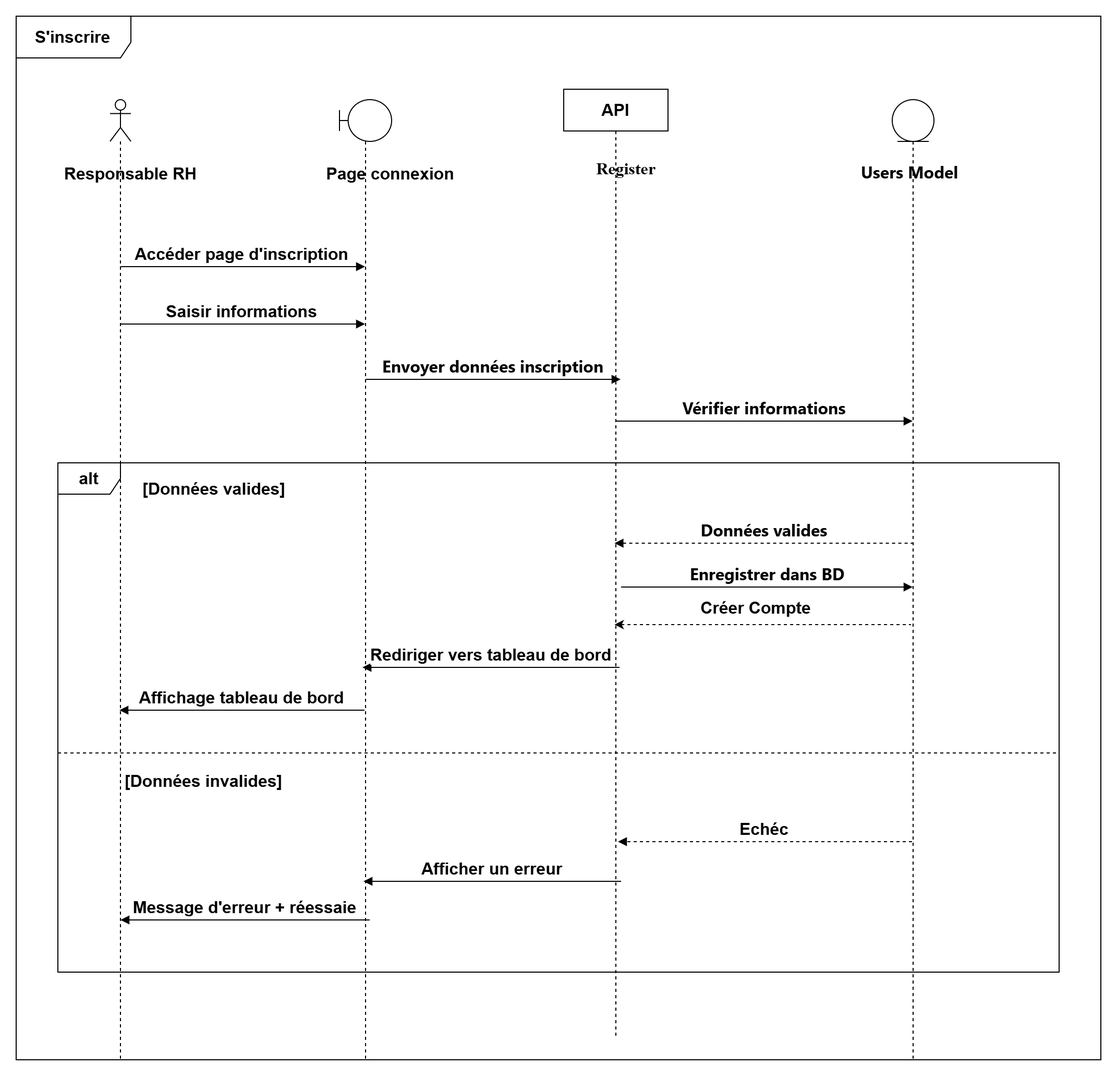
This is projet/images/digf/ss1/sinscrire.drawio.png from louu7895/pfe, a draw.io export, as it was before one commit. Source tidied: cells renumbered, new cells last; positions are measured from the earlier drawing's top-left corner, leaving out a move shared by most shapes.
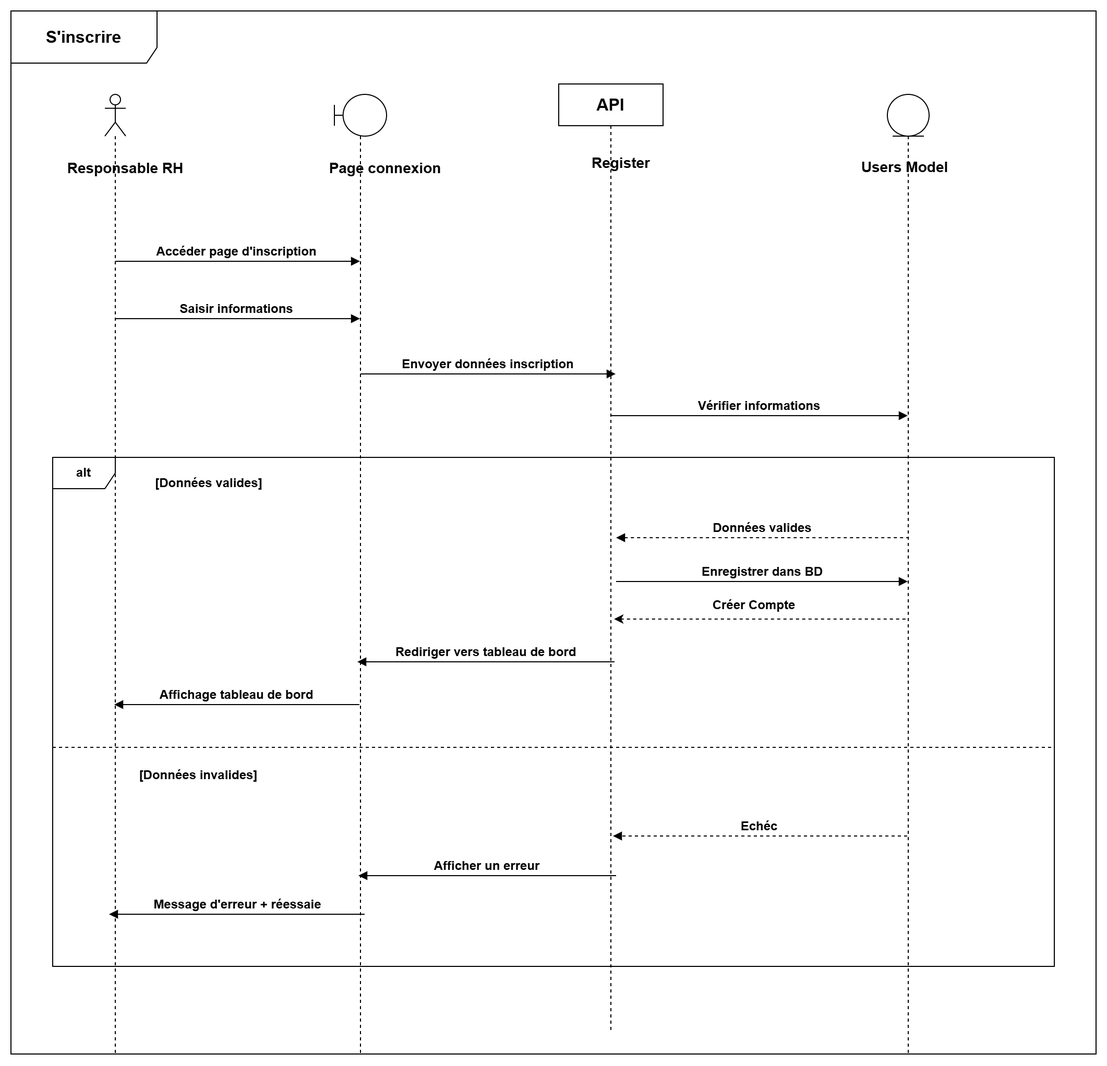
After the change.

Diff of the diagram source:
```diff
@@ -2,113 +2,115 @@
   <root>
     <mxCell id="0" />
     <mxCell id="1" parent="0" />
-    <mxCell id="2" value="S'inscrire" style="shape=umlFrame;whiteSpace=wrap;html=1;width=110;height=40;fontSize=16;fontStyle=1;" parent="1" vertex="1">
+    <mxCell id="2" value="S'inscrire" style="shape=umlFrame;whiteSpace=wrap;html=1;width=140;height=50;fontSize=16;fontStyle=1;fontFamily=Helvetica;" parent="1" vertex="1">
       <mxGeometry width="1040" height="1000" as="geometry" />
     </mxCell>
-    <mxCell id="3" style="shape=umlLifeline;perimeter=lifelinePerimeter;whiteSpace=wrap;html=1;newEdgeStyle={&quot;curved&quot;:0,&quot;rounded&quot;:0};participant=umlActor;fontSize=16;fontStyle=1;" parent="1" vertex="1">
+    <mxCell id="3" style="shape=umlLifeline;perimeter=lifelinePerimeter;whiteSpace=wrap;html=1;newEdgeStyle={&quot;curved&quot;:0,&quot;rounded&quot;:0};participant=umlActor;fontSize=16;fontStyle=1;fontFamily=Helvetica;" parent="1" vertex="1">
       <mxGeometry x="90" y="80" width="20" height="920" as="geometry" />
     </mxCell>
-    <mxCell id="4" style="shape=umlLifeline;perimeter=lifelinePerimeter;whiteSpace=wrap;html=1;outlineConnect=0;portConstraint=eastwest;newEdgeStyle={&quot;curved&quot;:0,&quot;rounded&quot;:0};participant=umlBoundary;fontSize=16;fontStyle=1;" parent="1" vertex="1">
+    <mxCell id="4" style="shape=umlLifeline;perimeter=lifelinePerimeter;whiteSpace=wrap;html=1;outlineConnect=0;portConstraint=eastwest;newEdgeStyle={&quot;curved&quot;:0,&quot;rounded&quot;:0};participant=umlBoundary;fontSize=16;fontStyle=1;fontFamily=Helvetica;" parent="1" vertex="1">
       <mxGeometry x="310" y="80" width="50" height="920" as="geometry" />
     </mxCell>
-    <mxCell id="5" style="shape=umlLifeline;perimeter=lifelinePerimeter;whiteSpace=wrap;html=1;newEdgeStyle={&quot;curved&quot;:0,&quot;rounded&quot;:0};participant=umlEntity;fontSize=16;fontStyle=1;" parent="1" vertex="1">
+    <mxCell id="5" style="shape=umlLifeline;perimeter=lifelinePerimeter;whiteSpace=wrap;html=1;newEdgeStyle={&quot;curved&quot;:0,&quot;rounded&quot;:0};participant=umlEntity;fontSize=16;fontStyle=1;fontFamily=Helvetica;" parent="1" vertex="1">
       <mxGeometry x="840" y="80" width="40" height="920" as="geometry" />
     </mxCell>
-    <mxCell id="6" value="&lt;span&gt;Accéder page d'inscription&lt;/span&gt;" style="html=1;verticalAlign=bottom;endArrow=block;curved=0;rounded=0;fontSize=16;fontStyle=1;" parent="1" edge="1" target="4">
+    <mxCell id="6" value="&lt;span&gt;Accéder page d'inscription&lt;/span&gt;" style="html=1;verticalAlign=bottom;endArrow=block;curved=0;rounded=0;fontSize=12;fontStyle=1;fontFamily=Helvetica;" parent="1" edge="1" target="4">
       <mxGeometry relative="1" as="geometry">
         <mxPoint x="100" y="240" as="sourcePoint" />
       </mxGeometry>
     </mxCell>
-    <mxCell id="7" value="Saisir informations" style="html=1;verticalAlign=bottom;endArrow=block;curved=0;rounded=0;fontSize=16;fontStyle=1;" parent="1" edge="1">
+    <mxCell id="7" value="Saisir informations" style="html=1;verticalAlign=bottom;endArrow=block;curved=0;rounded=0;fontSize=12;fontStyle=1;fontFamily=Helvetica;" parent="1" edge="1">
       <mxGeometry relative="1" as="geometry">
         <mxPoint x="100" y="295" as="sourcePoint" />
         <mxPoint x="334.5" y="295" as="targetPoint" />
       </mxGeometry>
     </mxCell>
-    <mxCell id="8" value="&lt;span style=&quot;font-family: &amp;quot;Anthropic Sans&amp;quot;, -apple-system, BlinkMacSystemFont, &amp;quot;Segoe UI&amp;quot;, sans-serif; text-align: start;&quot;&gt;Envoyer données inscription&lt;/span&gt;" style="html=1;verticalAlign=bottom;endArrow=block;curved=0;rounded=0;fontSize=16;fontStyle=1;" parent="1" edge="1">
+    <mxCell id="8" value="&lt;span style=&quot;text-align: start;&quot;&gt;Envoyer données inscription&lt;/span&gt;" style="html=1;verticalAlign=bottom;endArrow=block;curved=0;rounded=0;fontSize=12;fontStyle=1;fontFamily=Helvetica;" parent="1" edge="1">
       <mxGeometry relative="1" as="geometry">
         <mxPoint x="335" y="348" as="sourcePoint" />
         <mxPoint x="579.5" y="348" as="targetPoint" />
       </mxGeometry>
     </mxCell>
-    <mxCell id="9" value="&lt;span style=&quot;font-family: &amp;quot;Anthropic Sans&amp;quot;, -apple-system, BlinkMacSystemFont, &amp;quot;Segoe UI&amp;quot;, sans-serif; text-align: start;&quot;&gt;Vérifier informations&lt;/span&gt;" style="html=1;verticalAlign=bottom;endArrow=block;curved=0;rounded=0;fontSize=16;fontStyle=1;" parent="1" edge="1">
+    <mxCell id="9" value="&lt;span style=&quot;text-align: start;&quot;&gt;Vérifier informations&lt;/span&gt;" style="html=1;verticalAlign=bottom;endArrow=block;curved=0;rounded=0;fontSize=12;fontStyle=1;fontFamily=Helvetica;" parent="1" edge="1">
       <mxGeometry relative="1" as="geometry">
         <mxPoint x="575" y="388" as="sourcePoint" />
         <mxPoint x="859.5" y="388" as="targetPoint" />
       </mxGeometry>
     </mxCell>
-    <mxCell id="10" value="Créer Compte" style="html=1;verticalAlign=bottom;endArrow=none;curved=0;rounded=0;endFill=0;startArrow=classic;startFill=1;dashed=1;fontSize=16;fontStyle=1;" parent="1" edge="1" source="26">
+    <mxCell id="10" value="Créer Compte" style="html=1;verticalAlign=bottom;endArrow=none;curved=0;rounded=0;endFill=0;startArrow=classic;startFill=1;dashed=1;fontSize=12;fontStyle=1;fontFamily=Helvetica;" parent="1" edge="1">
       <mxGeometry x="-0.06" y="4" relative="1" as="geometry">
+        <mxPoint x="578" y="583" as="sourcePoint" />
         <mxPoint x="858" y="583" as="targetPoint" />
         <mxPoint x="1" as="offset" />
       </mxGeometry>
     </mxCell>
-    <mxCell id="11" value="alt" style="shape=umlFrame;whiteSpace=wrap;html=1;fontSize=16;fontStyle=1;" parent="1" vertex="1">
+    <mxCell id="11" value="alt" style="shape=umlFrame;whiteSpace=wrap;html=1;fontSize=12;fontStyle=1;fontFamily=Helvetica;" parent="1" vertex="1">
       <mxGeometry x="40" y="428" width="960" height="488" as="geometry" />
     </mxCell>
-    <mxCell id="12" value="Rediriger vers tableau de bord" style="html=1;verticalAlign=bottom;endArrow=block;curved=0;rounded=0;fontSize=16;fontStyle=1;" parent="1" edge="1">
+    <mxCell id="12" value="Rediriger vers tableau de bord" style="html=1;verticalAlign=bottom;endArrow=block;curved=0;rounded=0;fontSize=12;fontStyle=1;fontFamily=Helvetica;" parent="1" edge="1">
       <mxGeometry relative="1" as="geometry">
         <mxPoint x="578.5" y="624" as="sourcePoint" />
         <mxPoint x="332" y="624" as="targetPoint" />
       </mxGeometry>
     </mxCell>
-    <mxCell id="13" value="Affichage tableau de bord" style="html=1;verticalAlign=bottom;endArrow=block;curved=0;rounded=0;fontSize=16;fontStyle=1;" parent="1" edge="1">
+    <mxCell id="13" value="Affichage tableau de bord" style="html=1;verticalAlign=bottom;endArrow=block;curved=0;rounded=0;fontSize=12;fontStyle=1;fontFamily=Helvetica;" parent="1" edge="1">
       <mxGeometry relative="1" as="geometry">
         <mxPoint x="334" y="665" as="sourcePoint" />
         <mxPoint x="99" y="665" as="targetPoint" />
       </mxGeometry>
     </mxCell>
-    <mxCell id="14" style="line;strokeWidth=1;fillColor=none;align=left;verticalAlign=middle;spacingTop=-1;spacingLeft=3;spacingRight=3;labelPosition=right;strokeColor=inherit;dashed=1;fontSize=16;fontStyle=1;" parent="1" vertex="1">
+    <mxCell id="14" style="line;strokeWidth=1;fillColor=none;align=left;verticalAlign=middle;spacingTop=-1;spacingLeft=3;spacingRight=3;labelPosition=right;strokeColor=inherit;dashed=1;fontSize=12;fontStyle=1;fontFamily=Helvetica;" parent="1" vertex="1">
       <mxGeometry x="40" y="702" width="960" height="8" as="geometry" />
     </mxCell>
-    <mxCell id="15" value="Echéc" style="html=1;verticalAlign=bottom;endArrow=block;curved=0;rounded=0;exitX=0.5;exitY=0.564;exitDx=0;exitDy=0;exitPerimeter=0;dashed=1;fontSize=16;fontStyle=1;" parent="1" edge="1">
+    <mxCell id="15" value="Echéc" style="html=1;verticalAlign=bottom;endArrow=block;curved=0;rounded=0;exitX=0.5;exitY=0.564;exitDx=0;exitDy=0;exitPerimeter=0;dashed=1;fontSize=12;fontStyle=1;fontFamily=Helvetica;" parent="1" edge="1">
       <mxGeometry relative="1" as="geometry">
         <mxPoint x="859" y="791" as="sourcePoint" />
         <mxPoint x="577" y="791" as="targetPoint" />
       </mxGeometry>
     </mxCell>
-    <mxCell id="16" value="Afficher un erreur" style="html=1;verticalAlign=bottom;endArrow=block;curved=0;rounded=0;fontSize=16;fontStyle=1;" parent="1" edge="1">
+    <mxCell id="16" value="Afficher un erreur" style="html=1;verticalAlign=bottom;endArrow=block;curved=0;rounded=0;fontSize=12;fontStyle=1;fontFamily=Helvetica;" parent="1" edge="1">
       <mxGeometry relative="1" as="geometry">
         <mxPoint x="580" y="829" as="sourcePoint" />
         <mxPoint x="333" y="829" as="targetPoint" />
       </mxGeometry>
     </mxCell>
-    <mxCell id="17" value="Message d'erreur + réessaie" style="html=1;verticalAlign=bottom;endArrow=block;curved=0;rounded=0;fontSize=16;fontStyle=1;" parent="1" edge="1">
+    <mxCell id="17" value="Message d'erreur + réessaie" style="html=1;verticalAlign=bottom;endArrow=block;curved=0;rounded=0;fontSize=12;fontStyle=1;fontFamily=Helvetica;" parent="1" edge="1">
       <mxGeometry relative="1" as="geometry">
         <mxPoint x="339" y="866" as="sourcePoint" />
-        <mxPoint x="100" y="866" as="targetPoint" />
+        <mxPoint x="94" y="866" as="targetPoint" />
       </mxGeometry>
     </mxCell>
-    <mxCell id="18" value="&lt;span&gt;&lt;font&gt;Responsable RH&lt;/font&gt;&lt;/span&gt;" style="text;html=1;whiteSpace=wrap;strokeColor=none;fillColor=none;align=center;verticalAlign=middle;rounded=0;fontSize=16;fontStyle=1;" parent="1" vertex="1">
+    <mxCell id="18" value="&lt;span&gt;&lt;font&gt;Responsable RH&lt;/font&gt;&lt;/span&gt;" style="text;html=1;whiteSpace=wrap;strokeColor=none;fillColor=none;align=center;verticalAlign=middle;rounded=0;fontSize=14;fontStyle=1;fontFamily=Helvetica;" parent="1" vertex="1">
       <mxGeometry x="30" y="136" width="160" height="30" as="geometry" />
     </mxCell>
-    <mxCell id="19" value="[Données valides]" style="text;html=1;whiteSpace=wrap;strokeColor=none;fillColor=none;align=center;verticalAlign=middle;rounded=0;fontSize=16;fontStyle=1;" parent="1" vertex="1">
+    <mxCell id="19" value="[Données valides]" style="text;html=1;whiteSpace=wrap;strokeColor=none;fillColor=none;align=center;verticalAlign=middle;rounded=0;fontSize=12;fontStyle=1;fontFamily=Helvetica;" parent="1" vertex="1">
       <mxGeometry x="120" y="438" width="140" height="30" as="geometry" />
     </mxCell>
-    <mxCell id="20" value="[Données invalides]" style="text;html=1;whiteSpace=wrap;strokeColor=none;fillColor=none;align=center;verticalAlign=middle;rounded=0;fontSize=16;fontStyle=1;" parent="1" vertex="1">
+    <mxCell id="20" value="[Données invalides]" style="text;html=1;whiteSpace=wrap;strokeColor=none;fillColor=none;align=center;verticalAlign=middle;rounded=0;fontSize=12;fontStyle=1;fontFamily=Helvetica;" parent="1" vertex="1">
       <mxGeometry x="100" y="718" width="160" height="30" as="geometry" />
     </mxCell>
-    <mxCell id="21" value="Page connexion" style="text;html=1;whiteSpace=wrap;strokeColor=none;fillColor=none;align=center;verticalAlign=middle;rounded=0;fontSize=16;fontStyle=1;" parent="1" vertex="1">
+    <mxCell id="21" value="Page connexion" style="text;html=1;whiteSpace=wrap;strokeColor=none;fillColor=none;align=center;verticalAlign=middle;rounded=0;fontSize=14;fontStyle=1;fontFamily=Helvetica;" parent="1" vertex="1">
       <mxGeometry x="288" y="136" width="142" height="30" as="geometry" />
     </mxCell>
-    <mxCell id="22" value="&lt;span style=&quot;font-family: &amp;quot;Times New Roman&amp;quot;;&quot;&gt;Register&lt;/span&gt;" style="text;html=1;whiteSpace=wrap;strokeColor=none;fillColor=none;align=center;verticalAlign=middle;rounded=0;fontStyle=1;fontSize=16;" parent="1" vertex="1">
+    <mxCell id="22" value="&lt;span&gt;Register&lt;/span&gt;" style="text;html=1;whiteSpace=wrap;strokeColor=none;fillColor=none;align=center;verticalAlign=middle;rounded=0;fontStyle=1;fontSize=14;fontFamily=Helvetica;" parent="1" vertex="1">
       <mxGeometry x="545" y="126" width="80" height="40" as="geometry" />
     </mxCell>
-    <mxCell id="23" value="&lt;span style=&quot;font-family: &amp;quot;Anthropic Sans&amp;quot;, -apple-system, BlinkMacSystemFont, &amp;quot;Segoe UI&amp;quot;, sans-serif; text-align: start; white-space: nowrap;&quot;&gt;Users Model&lt;/span&gt;" style="text;html=1;whiteSpace=wrap;strokeColor=none;fillColor=none;align=center;verticalAlign=middle;rounded=0;fontSize=16;fontStyle=1;" parent="1" vertex="1">
+    <mxCell id="23" value="&lt;span style=&quot;text-align: start; white-space: nowrap;&quot;&gt;Users Model&lt;/span&gt;" style="text;html=1;whiteSpace=wrap;strokeColor=none;fillColor=none;align=center;verticalAlign=middle;rounded=0;fontSize=14;fontStyle=1;fontFamily=Helvetica;" parent="1" vertex="1">
       <mxGeometry x="827" y="135" width="60" height="30" as="geometry" />
     </mxCell>
-    <mxCell id="24" value="&lt;span style=&quot;color: rgb(0, 0, 0); font-family: &amp;quot;Anthropic Sans&amp;quot;, -apple-system, BlinkMacSystemFont, &amp;quot;Segoe UI&amp;quot;, sans-serif; font-style: normal; font-variant-ligatures: normal; font-variant-caps: normal; letter-spacing: normal; orphans: 2; text-align: start; text-indent: 0px; text-transform: none; widows: 2; word-spacing: 0px; -webkit-text-stroke-width: 0px; white-space: nowrap; text-decoration-thickness: initial; text-decoration-style: initial; text-decoration-color: initial; float: none; display: inline !important;&quot;&gt;Données valides&lt;/span&gt;" style="html=1;verticalAlign=bottom;endArrow=none;curved=0;rounded=0;startArrow=block;startFill=1;endFill=0;dashed=1;fontSize=16;fontStyle=1;" parent="1" edge="1" source="26">
+    <mxCell id="24" value="&lt;span style=&quot;color: rgb(0, 0, 0); font-style: normal; font-variant-ligatures: normal; font-variant-caps: normal; letter-spacing: normal; orphans: 2; text-align: start; text-indent: 0px; text-transform: none; widows: 2; word-spacing: 0px; -webkit-text-stroke-width: 0px; white-space: nowrap; text-decoration-thickness: initial; text-decoration-style: initial; text-decoration-color: initial; float: none; display: inline !important;&quot;&gt;Données valides&lt;/span&gt;" style="html=1;verticalAlign=bottom;endArrow=none;curved=0;rounded=0;startArrow=block;startFill=1;endFill=0;dashed=1;fontSize=12;fontStyle=1;fontFamily=Helvetica;" parent="1" edge="1">
       <mxGeometry relative="1" as="geometry">
+        <mxPoint x="580" y="505" as="sourcePoint" />
         <mxPoint x="859.5" y="505" as="targetPoint" />
       </mxGeometry>
     </mxCell>
-    <mxCell id="25" value="&lt;span style=&quot;font-family: &amp;quot;Anthropic Sans&amp;quot;, -apple-system, BlinkMacSystemFont, &amp;quot;Segoe UI&amp;quot;, sans-serif; text-align: start;&quot;&gt;Enregistrer dans BD&lt;/span&gt;" style="html=1;verticalAlign=bottom;endArrow=block;curved=0;rounded=0;fontSize=16;fontStyle=1;" parent="1" edge="1">
+    <mxCell id="25" value="&lt;span style=&quot;text-align: start;&quot;&gt;Enregistrer dans BD&lt;/span&gt;" style="html=1;verticalAlign=bottom;endArrow=block;curved=0;rounded=0;fontSize=12;fontStyle=1;fontFamily=Helvetica;" parent="1" edge="1">
       <mxGeometry relative="1" as="geometry">
         <mxPoint x="580" y="547" as="sourcePoint" />
         <mxPoint x="859.5" y="547" as="targetPoint" />
       </mxGeometry>
     </mxCell>
-    <mxCell id="26" value="API" style="shape=umlLifeline;perimeter=lifelinePerimeter;whiteSpace=wrap;html=1;outlineConnect=0;portConstraint=eastwest;newEdgeStyle={&quot;curved&quot;:0,&quot;rounded&quot;:0};fontSize=16;fontStyle=1;" parent="1" vertex="1">
+    <mxCell id="26" value="API" style="shape=umlLifeline;perimeter=lifelinePerimeter;whiteSpace=wrap;html=1;outlineConnect=0;portConstraint=eastwest;newEdgeStyle={&quot;curved&quot;:0,&quot;rounded&quot;:0};fontSize=16;fontStyle=1;fontFamily=Helvetica;" parent="1" vertex="1">
       <mxGeometry x="525" y="70" width="100" height="910" as="geometry" />
     </mxCell>
   </root>
```
